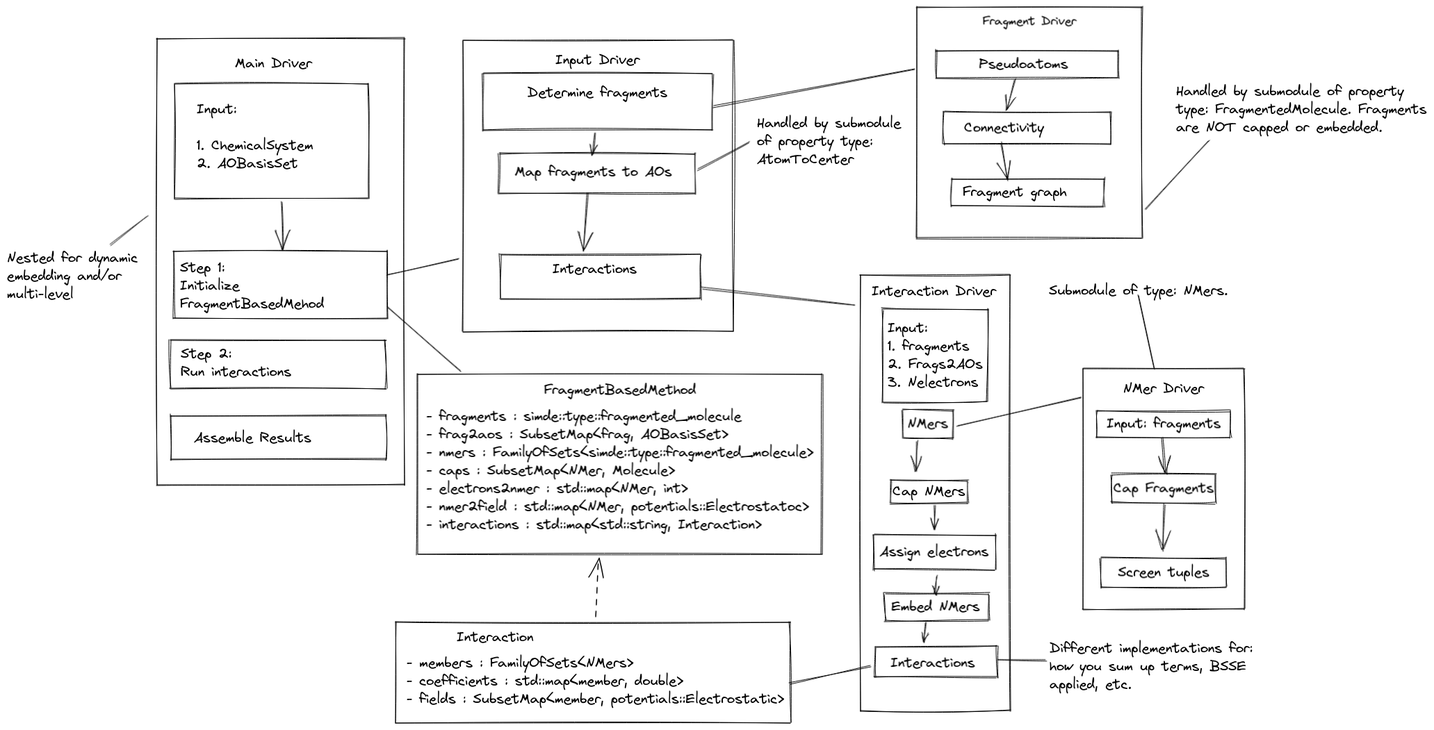
Before: docs/source/GhostFragmentOverview.png, a diagram exported from Excalidraw (rmrresearch/GhostFragment). Source tidied: one line per element, renumbered; positions are measured from the earlier drawing's top-left corner, leaving out a move shared by most shapes.
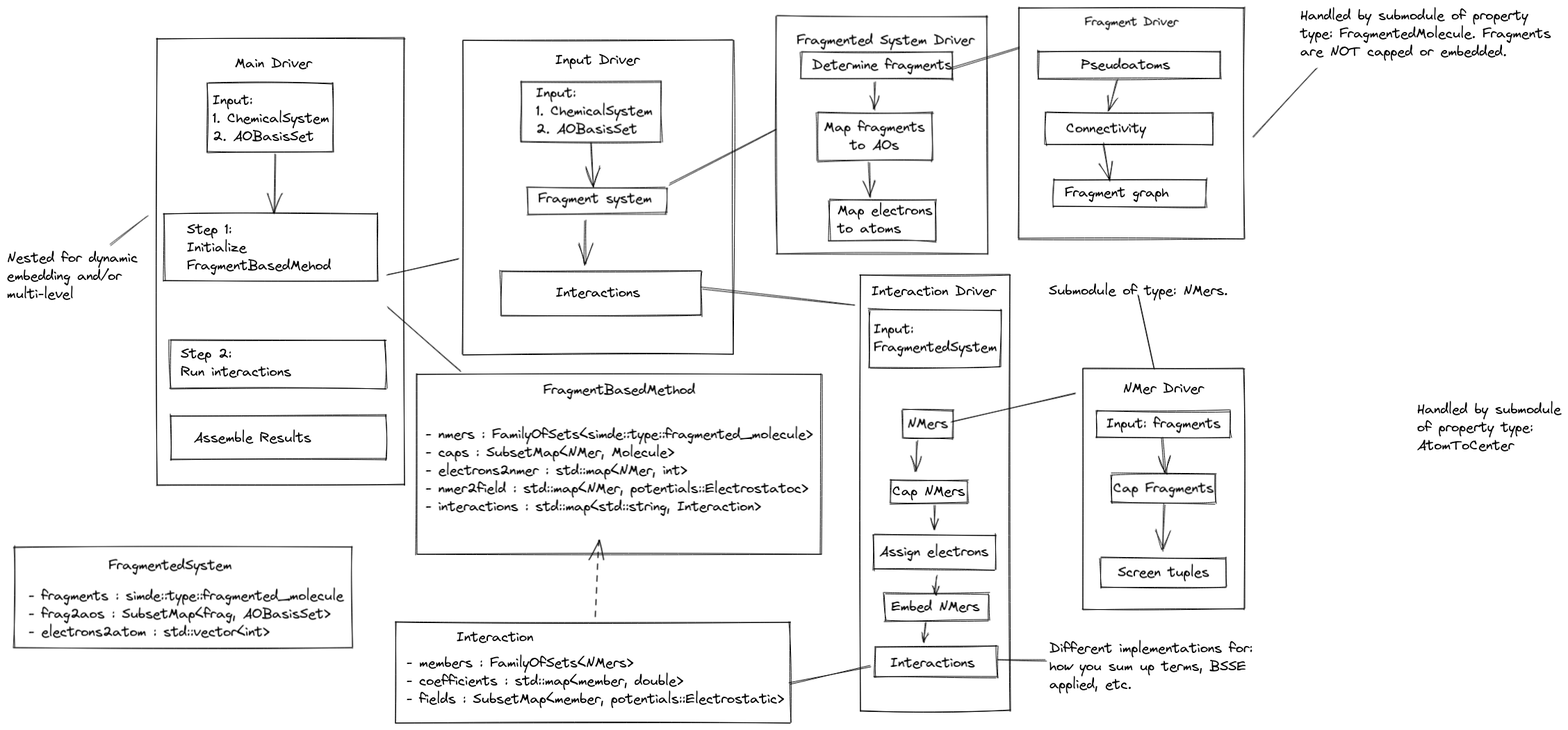
Above is the later version.

Commit message:
FragmentedSystem class is almost done

Diff of the diagram source:
```diff
@@ -1,48 +1,42 @@
-{"id": 0, "type": "rectangle", "strokeColor": "#000000", "strokeWidth": 1, "roughness": 1, "x": 242, "y": 110, "width": 278, "height": 166}
+{"id": 0, "type": "rectangle", "strokeColor": "#000000", "strokeWidth": 1, "roughness": 1, "x": 289, "y": 109, "width": 180, "height": 100}
-{"id": 1, "type": "text", "text": "Input:\n\n1. ChemicalSystem\n2. AOBasisSet", "strokeColor": "#000000", "strokeWidth": 1, "roughness": 1, "fontSize": 20, "fontFamily": 1, "x": 273, "y": 135, "width": 168, "height": 104}
+{"id": 1, "type": "text", "text": "Input:\n1. ChemicalSystem\n2. AOBasisSet", "strokeColor": "#000000", "strokeWidth": 1, "roughness": 1, "fontSize": 20, "fontFamily": 1, "x": 296, "y": 122, "width": 168, "height": 78}
-{"id": 2, "type": "rectangle", "strokeColor": "#000000", "strokeWidth": 1, "roughness": 1, "x": 240, "y": 352, "width": 307, "height": 96}
+{"id": 2, "type": "rectangle", "strokeColor": "#000000", "strokeWidth": 1, "roughness": 1, "x": 226, "y": 298, "width": 307, "height": 96}
-{"id": 3, "type": "text", "text": "Step 1: \nInitialize \nFragmentBasedMehod", "strokeColor": "#000000", "strokeWidth": 1, "roughness": 1, "fontSize": 20, "fontFamily": 1, "x": 249, "y": 363, "width": 207, "height": 78}
+{"id": 3, "type": "text", "text": "Step 1: \nInitialize \nFragmentBasedMehod", "strokeColor": "#000000", "strokeWidth": 1, "roughness": 1, "fontSize": 20, "fontFamily": 1, "x": 259, "y": 308, "width": 207, "height": 78}
-{"id": 4, "type": "arrow", "strokeColor": "#000000", "strokeWidth": 1, "roughness": 1, "endArrowhead": "arrow", "from": 0, "to": 2, "x": 394, "y": 280, "width": 2, "height": 69, "points": [[0, 0], [2, 69]]}
+{"id": 4, "type": "arrow", "strokeColor": "#000000", "strokeWidth": 1, "roughness": 1, "endArrowhead": "arrow", "from": 0, "to": 2, "x": 385, "y": 212, "width": 0, "height": 85, "points": [[0, 0], [0, 85]]}
 {"id": 5, "type": "rectangle", "strokeColor": "#000000", "strokeWidth": 1, "roughness": 1, "x": 216, "y": 45, "width": 356, "height": 643}
 {"id": 6, "type": "text", "text": "Main Driver", "strokeColor": "#000000", "strokeWidth": 1, "roughness": 1, "fontSize": 20, "fontFamily": 1, "x": 328, "y": 69, "width": 111, "height": 26}
 {"id": 7, "type": "line", "strokeColor": "#000000", "strokeWidth": 1, "roughness": 1, "x": 547, "y": 386, "width": 104, "height": 23, "points": [[0, 0], [104, -23]]}
-{"id": 8, "type": "text", "text": "Handled by submodule of property\ntype: FragmentedMolecule. Fragments\nare NOT capped or embedded.", "strokeColor": "#000000", "strokeWidth": 1, "roughness": 1, "fontSize": 20, "fontFamily": 1, "x": 1682, "y": 109, "width": 361, "height": 78}
+{"id": 8, "type": "text", "text": "Handled by submodule of property\ntype: FragmentedMolecule. Fragments\nare NOT capped or embedded.", "strokeColor": "#000000", "strokeWidth": 1, "roughness": 1, "fontSize": 20, "fontFamily": 1, "x": 1861, "y": 0, "width": 361, "height": 78}
-{"id": 9, "type": "text", "text": "Handled by submodule\nof property type: \nAtomToCenter", "strokeColor": "#000000", "strokeWidth": 1, "roughness": 1, "fontSize": 20, "fontFamily": 1, "x": 1079, "y": 155, "width": 207, "height": 78}
+{"id": 9, "type": "text", "text": "Handled by submodule\nof property type: \nAtomToCenter", "strokeColor": "#000000", "strokeWidth": 1, "roughness": 1, "fontSize": 20, "fontFamily": 1, "x": 2029, "y": 567, "width": 207, "height": 78}
-{"id": 10, "type": "line", "strokeColor": "#000000", "strokeWidth": 1, "roughness": 1, "x": 995, "y": 234, "width": 73, "height": 40, "points": [[0, 0], [73, -40]]}
+{"id": 10, "type": "line", "strokeColor": "#000000", "strokeWidth": 1, "roughness": 1, "x": 954, "y": 254, "width": 153, "height": 80, "points": [[0, 0], [153, -80]]}
-{"id": 11, "type": "rectangle", "strokeColor": "#000000", "strokeWidth": 1, "roughness": 1, "x": 1337, "y": 63, "width": 261, "height": 39}
+{"id": 11, "type": "rectangle", "strokeColor": "#000000", "strokeWidth": 1, "roughness": 1, "x": 1484, "y": 64, "width": 261, "height": 39}
-{"id": 12, "type": "text", "text": "Pseudoatoms", "strokeColor": "#000000", "strokeWidth": 1, "roughness": 1, "fontSize": 20, "fontFamily": 1, "textAlign": "center", "x": 1398, "y": 70, "width": 128, "height": 26}
+{"id": 12, "type": "text", "text": "Pseudoatoms", "strokeColor": "#000000", "strokeWidth": 1, "roughness": 1, "fontSize": 20, "fontFamily": 1, "textAlign": "center", "x": 1546, "y": 71, "width": 128, "height": 26}
-{"id": 13, "type": "rectangle", "strokeColor": "#000000", "strokeWidth": 1, "roughness": 1, "x": 1347, "y": 151, "width": 241, "height": 47}
+{"id": 13, "type": "rectangle", "strokeColor": "#000000", "strokeWidth": 1, "roughness": 1, "x": 1494, "y": 152, "width": 241, "height": 47}
-{"id": 14, "type": "text", "text": "Connectivity", "strokeColor": "#000000", "strokeWidth": 1, "roughness": 1, "fontSize": 20, "fontFamily": 1, "x": 1377, "y": 162, "width": 115, "height": 26}
+{"id": 14, "type": "text", "text": "Connectivity", "strokeColor": "#000000", "strokeWidth": 1, "roughness": 1, "fontSize": 20, "fontFamily": 1, "x": 1524, "y": 162, "width": 115, "height": 26}
-{"id": 15, "type": "rectangle", "strokeColor": "#000000", "strokeWidth": 1, "roughness": 1, "x": 1309, "y": 0, "width": 324, "height": 333}
+{"id": 15, "type": "rectangle", "strokeColor": "#000000", "strokeWidth": 1, "roughness": 1, "x": 1456, "y": 1, "width": 324, "height": 333}
-{"id": 16, "type": "text", "text": "Fragment Driver", "strokeColor": "#000000", "strokeWidth": 1, "roughness": 1, "fontSize": 17.28, "fontFamily": 1, "x": 1404, "y": 10, "width": 135, "height": 22}
+{"id": 16, "type": "text", "text": "Fragment Driver", "strokeColor": "#000000", "strokeWidth": 1, "roughness": 1, "fontSize": 17.28, "fontFamily": 1, "x": 1551, "y": 11, "width": 135, "height": 22}
-{"id": 17, "type": "rectangle", "strokeColor": "#000000", "strokeWidth": 1, "roughness": 1, "x": 1358, "y": 247, "width": 220, "height": 40}
+{"id": 17, "type": "rectangle", "strokeColor": "#000000", "strokeWidth": 1, "roughness": 1, "x": 1506, "y": 248, "width": 220, "height": 40}
-{"id": 18, "type": "text", "text": "Fragment graph", "strokeColor": "#000000", "strokeWidth": 1, "roughness": 1, "fontSize": 20, "fontFamily": 1, "x": 1375, "y": 254, "width": 149, "height": 26}
+{"id": 18, "type": "text", "text": "Fragment graph", "strokeColor": "#000000", "strokeWidth": 1, "roughness": 1, "fontSize": 20, "fontFamily": 1, "x": 1522, "y": 255, "width": 149, "height": 26}
-{"id": 19, "type": "arrow", "strokeColor": "#000000", "strokeWidth": 1, "roughness": 1, "endArrowhead": "arrow", "from": 12, "to": 14, "x": 1449, "y": 105, "width": 11, "height": 42, "points": [[0, 0], [-11, 42]]}
+{"id": 19, "type": "arrow", "strokeColor": "#000000", "strokeWidth": 1, "roughness": 1, "endArrowhead": "arrow", "from": 12, "to": 14, "x": 1596, "y": 106, "width": 11, "height": 42, "points": [[0, 0], [-11, 42]]}
-{"id": 20, "type": "arrow", "strokeColor": "#000000", "strokeWidth": 1, "roughness": 1, "endArrowhead": "arrow", "from": 14, "to": 18, "x": 1430, "y": 196, "width": 10, "height": 55, "points": [[0, 0], [10, 55]]}
+{"id": 20, "type": "arrow", "strokeColor": "#000000", "strokeWidth": 1, "roughness": 1, "endArrowhead": "arrow", "from": 14, "to": 18, "x": 1577, "y": 197, "width": 10, "height": 55, "points": [[0, 0], [10, 55]]}
 {"id": 21, "type": "rectangle", "strokeColor": "#000000", "strokeWidth": 1, "roughness": 1, "x": 235, "y": 480, "width": 310, "height": 70}
 {"id": 22, "type": "text", "text": "Step 2:\nRun interactions", "strokeColor": "#000000", "strokeWidth": 1, "roughness": 1, "fontSize": 20, "fontFamily": 1, "x": 250, "y": 487, "width": 159, "height": 52}
-{"id": 23, "type": "rectangle", "strokeColor": "#000000", "strokeWidth": 1, "roughness": 1, "x": 656, "y": 48, "width": 389, "height": 419}
+{"id": 23, "type": "rectangle", "strokeColor": "#000000", "strokeWidth": 1, "roughness": 1, "x": 656, "y": 48, "width": 389, "height": 452}
 {"id": 24, "type": "text", "text": "Input Driver", "strokeColor": "#000000", "strokeWidth": 1, "roughness": 1, "fontSize": 20, "fontFamily": 1, "x": 789, "y": 64, "width": 121, "height": 26}
-{"id": 25, "type": "rectangle", "strokeColor": "#000000", "strokeWidth": 1, "roughness": 1, "x": 708, "y": 211, "width": 282, "height": 57}
-{"id": 26, "type": "text", "text": "Map fragments to AOs ", "strokeColor": "#000000", "strokeWidth": 1, "roughness": 1, "fontSize": 20, "fontFamily": 1, "textAlign": "center", "x": 730, "y": 225, "width": 236, "height": 26}
 {"id": 27, "type": "text", "text": "Submodule of type: NMers.", "strokeColor": "#000000", "strokeWidth": 1, "roughness": 1, "fontSize": 20, "fontFamily": 1, "x": 1499, "y": 396, "width": 258, "height": 26}
-{"id": 28, "type": "text", "text": "Interactions\n", "strokeColor": "#000000", "strokeWidth": 1, "roughness": 1, "fontSize": 20, "fontFamily": 1, "textAlign": "center", "x": 785, "y": 365, "width": 121, "height": 52}
+{"id": 28, "type": "text", "text": "Interactions\n", "strokeColor": "#000000", "strokeWidth": 1, "roughness": 1, "fontSize": 20, "fontFamily": 1, "textAlign": "center", "x": 790, "y": 399, "width": 121, "height": 52}
-{"id": 29, "type": "rectangle", "strokeColor": "#000000", "strokeWidth": 1, "roughness": 1, "x": 710, "y": 357, "width": 287, "height": 63}
+{"id": 29, "type": "rectangle", "strokeColor": "#000000", "strokeWidth": 1, "roughness": 1, "x": 711, "y": 381, "width": 287, "height": 63}
-{"id": 30, "type": "line", "strokeColor": "#000000", "strokeWidth": 1, "roughness": 1, "x": 1015, "y": 143, "width": 289, "height": 54, "points": [[0, 0], [289, -54]]}
+{"id": 30, "type": "line", "strokeColor": "#000000", "strokeWidth": 1, "roughness": 1, "x": 1359, "y": 87, "width": 96, "height": 29, "points": [[0, 0], [96, -29]]}
-{"id": 31, "type": "rectangle", "strokeColor": "#000000", "strokeWidth": 1, "roughness": 1, "x": 684, "y": 96, "width": 330, "height": 81}
-{"id": 32, "type": "text", "text": "Determine fragments", "strokeColor": "#000000", "strokeWidth": 1, "roughness": 1, "fontSize": 20, "fontFamily": 1, "textAlign": "center", "x": 749, "y": 111, "width": 201, "height": 26}
-{"id": 33, "type": "arrow", "strokeColor": "#000000", "strokeWidth": 1, "roughness": 1, "endArrowhead": "arrow", "from": 31, "to": 26, "x": 847, "y": 181, "width": 2, "height": 30, "points": [[0, 0], [-2, 30]]}
-{"id": 34, "type": "arrow", "strokeColor": "#000000", "strokeWidth": 1, "roughness": 1, "endArrowhead": "arrow", "from": 26, "to": 29, "x": 835, "y": 266, "width": 6, "height": 83, "points": [[0, 0], [-6, 83]]}
-{"id": 35, "type": "rectangle", "strokeColor": "#000000", "strokeWidth": 1, "roughness": 1, "x": 591, "y": 529, "width": 582, "height": 259}
+{"id": 35, "type": "rectangle", "strokeColor": "#000000", "strokeWidth": 1, "roughness": 1, "x": 590, "y": 529, "width": 582, "height": 259}
 {"id": 36, "type": "text", "text": "FragmentBasedMethod", "strokeColor": "#000000", "strokeWidth": 1, "roughness": 1, "fontSize": 20, "fontFamily": 1, "textAlign": "center", "x": 772, "y": 539, "width": 219, "height": 26}
-{"id": 37, "type": "text", "text": "- fragments : simde::type::fragmented_molecule\n- frag2aos : SubsetMap<frag, AOBasisSet>\n- nmers : FamilyOfSets<simde::type::fragmented_molecule>\n- caps : SubsetMap<NMer, Molecule>\n- electrons2nmer : std::map<NMer, int>\n- nmer2field : std::map<NMer, potentials::Electrostatoc> \n- interactions : std::map<std::string, Interaction>\n", "strokeColor": "#000000", "strokeWidth": 1, "roughness": 1, "fontSize": 20, "fontFamily": 1, "x": 604, "y": 577, "width": 560, "height": 208}
+{"id": 37, "type": "text", "text": "\n- nmers : FamilyOfSets<simde::type::fragmented_molecule>\n- caps : SubsetMap<NMer, Molecule>\n- electrons2nmer : std::map<NMer, int>\n- nmer2field : std::map<NMer, potentials::Electrostatoc> \n- interactions : std::map<std::string, Interaction>\n", "strokeColor": "#000000", "strokeWidth": 1, "roughness": 1, "fontSize": 20, "fontFamily": 1, "x": 602, "y": 577, "width": 560, "height": 182}
 {"id": 38, "type": "rectangle", "strokeColor": "#000000", "strokeWidth": 1, "roughness": 1, "x": 559, "y": 886, "width": 568, "height": 145}
 {"id": 39, "type": "text", "text": "Interaction", "strokeColor": "#000000", "strokeWidth": 1, "roughness": 1, "fontSize": 20, "fontFamily": 1, "x": 647, "y": 895, "width": 111, "height": 26}
 {"id": 40, "type": "text", "text": "- members : FamilyOfSets<NMers>\n- coefficients : std::map<member, double>\n- fields : SubsetMap<member, potentials::Electrostatic> ", "strokeColor": "#000000", "strokeWidth": 1, "roughness": 1, "fontSize": 20, "fontFamily": 1, "x": 575, "y": 932, "width": 553, "height": 78}
 {"id": 41, "type": "rectangle", "strokeColor": "#000000", "strokeWidth": 1, "roughness": 1, "x": 1228, "y": 386, "width": 215, "height": 628}
 {"id": 42, "type": "text", "text": "Interaction Driver", "strokeColor": "#000000", "strokeWidth": 1, "roughness": 1, "fontSize": 20, "fontFamily": 1, "x": 1244, "y": 397, "width": 179, "height": 26}
-{"id": 43, "type": "rectangle", "strokeColor": "#000000", "strokeWidth": 1, "roughness": 1, "x": 1260, "y": 435, "width": 151, "height": 134}
+{"id": 43, "type": "rectangle", "strokeColor": "#000000", "strokeWidth": 1, "roughness": 1, "x": 1241, "y": 436, "width": 189, "height": 83}
-{"id": 44, "type": "text", "text": "Input: \n1. fragments\n2. Frags2AOs\n3. Nelectrons", "strokeColor": "#000000", "strokeWidth": 1, "roughness": 1, "fontSize": 20, "fontFamily": 1, "x": 1267, "y": 450, "width": 137, "height": 104}
+{"id": 44, "type": "text", "text": "Input: \nFragmentedSystem", "strokeColor": "#000000", "strokeWidth": 1, "roughness": 1, "fontSize": 20, "fontFamily": 1, "x": 1247, "y": 452, "width": 177, "height": 52}
 {"id": 45, "type": "arrow", "strokeColor": "#000000", "strokeWidth": 1, "roughness": 1, "endArrowhead": "arrow", "from": 47, "to": 48, "x": 1309, "y": 626, "width": 1, "height": 43, "points": [[0, 0], [-1, 43]]}
 {"id": 46, "type": "rectangle", "strokeColor": "#000000", "strokeWidth": 1, "roughness": 1, "x": 1288, "y": 580, "width": 73, "height": 41}
 {"id": 47, "type": "text", "text": "NMers", "strokeColor": "#000000", "strokeWidth": 1, "roughness": 1, "fontSize": 20, "fontFamily": 1, "x": 1296, "y": 588, "width": 59, "height": 26}
@@ -71,12 +65,31 @@
 {"id": 70, "type": "text", "text": "Nested for dynamic\nembedding and/or\nmulti-level", "strokeColor": "#000000", "strokeWidth": 1, "roughness": 1, "fontSize": 20, "fontFamily": 1, "x": 0, "y": 349, "width": 188, "height": 78}
 {"id": 71, "type": "line", "strokeColor": "#000000", "strokeWidth": 1, "roughness": 1, "x": 149, "y": 343, "width": 53, "height": 42, "points": [[0, 0], [53, -42]]}
 {"id": 72, "type": "line", "strokeColor": "#000000", "strokeWidth": 1, "roughness": 1, "x": 999, "y": 404, "width": 221, "height": 26, "points": [[0, 0], [221, 26]]}
-{"id": 73, "type": "line", "strokeColor": "#000000", "strokeWidth": 1, "roughness": 1, "x": 1367, "y": 602, "width": 178, "height": 41, "points": [[0, 0], [178, -41]]}
+{"id": 73, "type": "line", "strokeColor": "#000000", "strokeWidth": 1, "roughness": 1, "x": 1359, "y": 596, "width": 178, "height": 41, "points": [[0, 0], [178, -41]]}
-{"id": 74, "type": "line", "strokeColor": "#000000", "strokeWidth": 1, "roughness": 1, "x": 1637, "y": 290, "width": 93, "height": 99, "points": [[0, 0], [93, -99]]}
+{"id": 74, "type": "line", "strokeColor": "#000000", "strokeWidth": 1, "roughness": 1, "x": 1792, "y": 186, "width": 93, "height": 99, "points": [[0, 0], [93, -99]]}
 {"id": 75, "type": "line", "strokeColor": "#000000", "strokeWidth": 1, "roughness": 1, "x": 1126, "y": 975, "width": 117, "height": 24, "points": [[0, 0], [117, -24]]}
-{"id": 76, "type": "arrow", "strokeColor": "#000000", "strokeWidth": 1, "strokeStyle": "dashed", "roughness": 1, "endArrowhead": "arrow", "from": 38, "to": 37, "x": 845, "y": 879, "width": 5, "height": 85, "points": [[0, 0], [5, -85]]}
+{"id": 76, "type": "arrow", "strokeColor": "#000000", "strokeWidth": 1, "strokeStyle": "dashed", "roughness": 1, "endArrowhead": "arrow", "from": 38, "to": 37, "x": 844, "y": 879, "width": 6, "height": 111, "points": [[0, 0], [6, -111]]}
 {"id": 77, "type": "arrow", "strokeColor": "#000000", "strokeWidth": 1, "roughness": 1, "endArrowhead": "arrow", "from": 49, "to": 60, "x": 1333, "y": 717, "width": 1, "height": 33, "points": [[0, 0], [1, 33]]}
 {"id": 78, "type": "arrow", "strokeColor": "#000000", "strokeWidth": 1, "roughness": 1, "endArrowhead": "arrow", "from": 60, "to": 65, "x": 1338, "y": 819, "width": 4, "height": 26, "points": [[0, 0], [-4, 26]]}
 {"id": 79, "type": "arrow", "strokeColor": "#000000", "strokeWidth": 1, "roughness": 1, "endArrowhead": "arrow", "from": 65, "to": 62, "x": 1322, "y": 885, "width": 5, "height": 28, "points": [[0, 0], [-5, 28]]}
 {"id": 80, "type": "line", "strokeColor": "#000000", "strokeWidth": 1, "roughness": 1, "x": 548, "y": 433, "width": 105, "height": 92, "points": [[0, 0], [105, 92]]}
 {"id": 81, "type": "line", "strokeColor": "#000000", "strokeWidth": 1, "roughness": 1, "x": 1627, "y": 415, "width": 24, "height": 105, "points": [[0, 0], [24, 105]]}
+{"id": 82, "type": "rectangle", "strokeColor": "#000000", "strokeWidth": 1, "roughness": 1, "x": 10, "y": 778, "width": 486, "height": 145}
+{"id": 83, "type": "text", "text": "FragmentedSystem", "strokeColor": "#000000", "strokeWidth": 1, "roughness": 1, "fontSize": 20, "fontFamily": 1, "x": 146, "y": 792, "width": 177, "height": 26}
+{"id": 84, "type": "text", "text": "- fragments : simde::type::fragmented_molecule\n- frag2aos : SubsetMap<frag, AOBasisSet>\n- electrons2atom : std::vector<int>", "strokeColor": "#000000", "strokeWidth": 1, "roughness": 1, "fontSize": 20, "fontFamily": 1, "x": 31, "y": 836, "width": 453, "height": 78}
+{"id": 85, "type": "arrow", "strokeColor": "#000000", "strokeWidth": 1, "roughness": 1, "endArrowhead": "arrow", "from": 96, "to": 29, "x": 833, "y": 308, "width": 1, "height": 61, "points": [[0, 0], [-1, 61]]}
+{"id": 86, "type": "rectangle", "strokeColor": "#000000", "strokeWidth": 1, "roughness": 1, "x": 1107, "y": 14, "width": 303, "height": 342}
+{"id": 87, "type": "text", "text": "Fragmented System Driver", "strokeColor": "#000000", "strokeWidth": 1, "roughness": 1, "fontSize": 20, "fontFamily": 1, "x": 1136, "y": 36, "width": 256, "height": 26}
+{"id": 88, "type": "rectangle", "strokeColor": "#000000", "strokeWidth": 1, "roughness": 1, "x": 1165, "y": 152, "width": 166, "height": 69}
+{"id": 26, "type": "text", "text": "Map fragments\n to AOs ", "strokeColor": "#000000", "strokeWidth": 1, "roughness": 1, "fontSize": 20, "fontFamily": 1, "textAlign": "center", "x": 1176, "y": 161, "width": 145, "height": 52}
+{"id": 89, "type": "rectangle", "strokeColor": "#000000", "strokeWidth": 1, "roughness": 1, "x": 1142, "y": 65, "width": 218, "height": 39}
+{"id": 32, "type": "text", "text": "Determine fragments", "strokeColor": "#000000", "strokeWidth": 1, "roughness": 1, "fontSize": 20, "fontFamily": 1, "textAlign": "center", "x": 1159, "y": 71, "width": 201, "height": 26}
+{"id": 90, "type": "arrow", "strokeColor": "#000000", "strokeWidth": 1, "roughness": 1, "endArrowhead": "arrow", "from": 32, "to": 26, "x": 1248, "y": 108, "width": 0, "height": 39, "points": [[0, 0], [0, 39]]}
+{"id": 91, "type": "arrow", "strokeColor": "#000000", "strokeWidth": 1, "roughness": 1, "endArrowhead": "arrow", "from": 26, "to": 92, "x": 1241, "y": 224, "width": 0, "height": 49, "points": [[0, 0], [0, 49]]}
+{"id": 92, "type": "rectangle", "strokeColor": "#000000", "strokeWidth": 1, "roughness": 1, "x": 1183, "y": 278, "width": 153, "height": 59}
+{"id": 93, "type": "text", "text": "Map electrons \nto atoms", "strokeColor": "#000000", "strokeWidth": 1, "roughness": 1, "fontSize": 20, "fontFamily": 1, "x": 1195, "y": 281, "width": 147, "height": 52}
+{"id": 94, "type": "rectangle", "strokeColor": "#000000", "strokeWidth": 1, "roughness": 1, "x": 739, "y": 108, "width": 202, "height": 88}
+{"id": 95, "type": "text", "text": "Input:\n1. ChemicalSystem\n2. AOBasisSet", "strokeColor": "#000000", "strokeWidth": 1, "roughness": 1, "fontSize": 20, "fontFamily": 1, "x": 761, "y": 112, "width": 168, "height": 78}
+{"id": 96, "type": "rectangle", "strokeColor": "#000000", "strokeWidth": 1, "roughness": 1, "x": 749, "y": 260, "width": 200, "height": 37}
+{"id": 97, "type": "text", "text": "Fragment system", "strokeColor": "#000000", "strokeWidth": 1, "roughness": 1, "fontSize": 20, "fontFamily": 1, "x": 764, "y": 264, "width": 164, "height": 26}
+{"id": 98, "type": "arrow", "strokeColor": "#000000", "strokeWidth": 1, "roughness": 1, "endArrowhead": "arrow", "from": 95, "to": 96, "x": 839, "y": 195, "width": 3, "height": 62, "points": [[0, 0], [3, 62]]}
```
